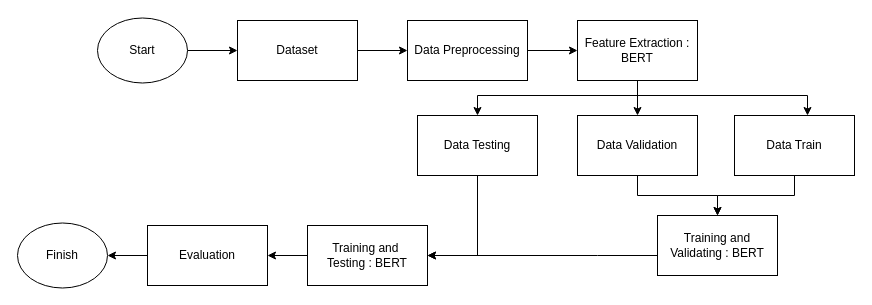
Earlier version of the draw.io diagram Diagram Blok Proses.drawio (erlanggadewa/Sentiment-Analysis-Review-Steam). Source tidied: cells renumbered, new cells numbered last; positions are measured from the earlier drawing's top-left corner, leaving out a move shared by most shapes. Both pictures are drawn from the tidied source at 100%, with x=0, y=0 at pixel (17, 17).
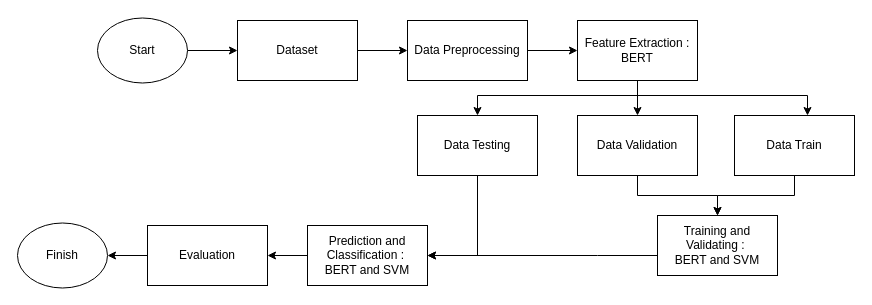
The same page after the edit.

Change to the diagram source:
```diff
@@
-    <mxCell id="13" value="Training and Validating : BERT" style="rounded=0;whiteSpace=wrap;html=1;" parent="1" vertex="1">
+    <mxCell id="13" value="Training and Validating :&amp;nbsp;&lt;div&gt;BERT and SVM&lt;/div&gt;" style="rounded=0;whiteSpace=wrap;html=1;" parent="1" vertex="1">
       <mxGeometry x="640" y="198" width="120" height="60" as="geometry" />
     </mxCell>
@@
-    <mxCell id="21" value="Training and&amp;nbsp;&lt;div&gt;Testing : BERT&lt;/div&gt;" style="rounded=0;whiteSpace=wrap;html=1;" parent="1" vertex="1">
+    <mxCell id="21" value="Prediction and Classification&amp;nbsp;&lt;span style=&quot;background-color: initial;&quot;&gt;:&amp;nbsp;&lt;/span&gt;&lt;div&gt;&lt;span style=&quot;background-color: initial;&quot;&gt;BERT and SVM&lt;/span&gt;&lt;/div&gt;" style="rounded=0;whiteSpace=wrap;html=1;" parent="1" vertex="1">
       <mxGeometry x="290" y="208" width="120" height="60" as="geometry" />
     </mxCell>
```
